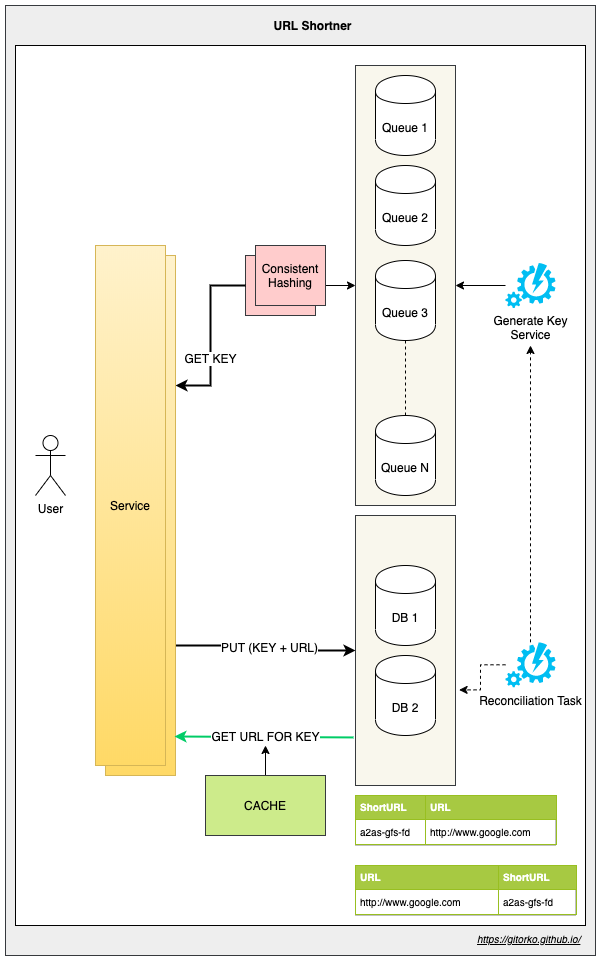
The draw.io diagram post/grokking-the-system-design-interview/url-shortner.png in gitorko/gitorko.github.io, before a commit. Source tidied: cells renumbered, new cells last; positions are measured from the earlier drawing's top-left corner, leaving out a move shared by most shapes.
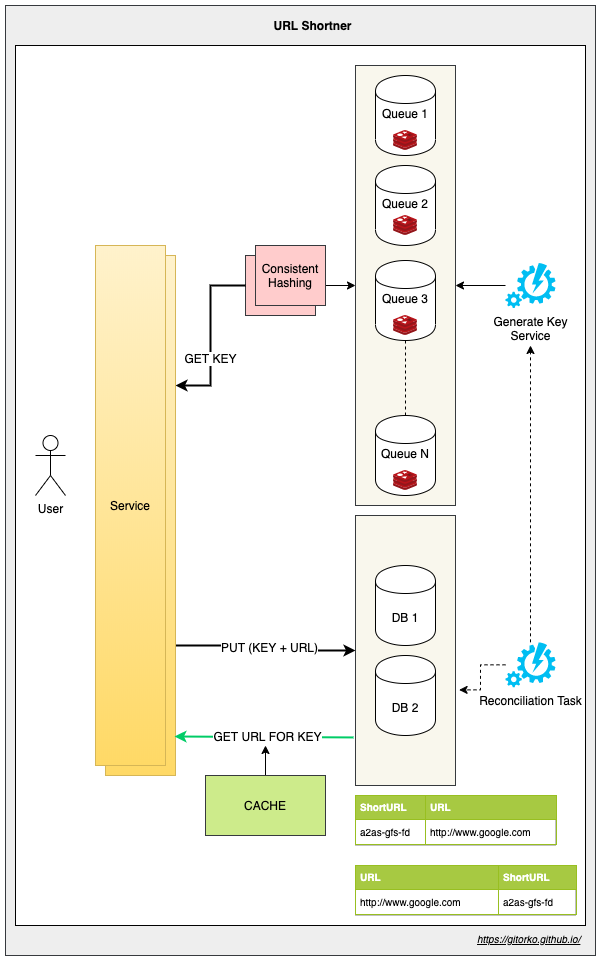
Later version of the same file.

Diff of the diagram source:
```diff
@@ -14,7 +14,7 @@
     <mxCell id="5" style="rounded=0;whiteSpace=wrap;html=1;fillColor=#f9f7ed;strokeColor=#36393d;" parent="1" vertex="1">
       <mxGeometry x="350" y="60" width="100" height="440" as="geometry" />
     </mxCell>
-    <mxCell id="6" value="Queue 1" style="shape=cylinder;whiteSpace=wrap;html=1;boundedLbl=1;backgroundOutline=1;" parent="1" vertex="1">
+    <mxCell id="6" value="Queue 1&lt;br&gt;&lt;br&gt;&lt;br&gt;" style="shape=cylinder;whiteSpace=wrap;html=1;boundedLbl=1;backgroundOutline=1;" parent="1" vertex="1">
       <mxGeometry x="370" y="70" width="60" height="80" as="geometry" />
     </mxCell>
     <mxCell id="7" value="DB 1" style="shape=cylinder;whiteSpace=wrap;html=1;boundedLbl=1;backgroundOutline=1;" parent="1" vertex="1">
@@ -29,10 +29,10 @@
     <mxCell id="10" value="Generate Key&lt;br&gt;Service" style="verticalLabelPosition=bottom;html=1;verticalAlign=top;align=center;strokeColor=none;fillColor=#00BEF2;shape=mxgraph.azure.automation;" parent="1" vertex="1">
       <mxGeometry x="500" y="257.5" width="50" height="45" as="geometry" />
     </mxCell>
-    <mxCell id="11" value="Queue 2" style="shape=cylinder;whiteSpace=wrap;html=1;boundedLbl=1;backgroundOutline=1;" parent="1" vertex="1">
+    <mxCell id="11" value="Queue 2&lt;br&gt;&lt;br&gt;&lt;br&gt;" style="shape=cylinder;whiteSpace=wrap;html=1;boundedLbl=1;backgroundOutline=1;" parent="1" vertex="1">
       <mxGeometry x="370" y="160" width="60" height="80" as="geometry" />
     </mxCell>
-    <mxCell id="12" value="Queue 3" style="shape=cylinder;whiteSpace=wrap;html=1;boundedLbl=1;backgroundOutline=1;" parent="1" vertex="1">
+    <mxCell id="12" value="Queue 3&lt;br&gt;&lt;br&gt;&lt;br&gt;" style="shape=cylinder;whiteSpace=wrap;html=1;boundedLbl=1;backgroundOutline=1;" parent="1" vertex="1">
       <mxGeometry x="370" y="255" width="60" height="80" as="geometry" />
     </mxCell>
     <mxCell id="13" style="edgeStyle=orthogonalEdgeStyle;rounded=0;jettySize=auto;html=1;entryX=0;entryY=0.5;entryDx=0;entryDy=0;" parent="1" edge="1" source="14" target="5">
@@ -41,7 +41,7 @@
     <mxCell id="14" style="rounded=0;whiteSpace=wrap;html=1;fillColor=#ffcccc;strokeColor=#36393d;" parent="1" vertex="1">
       <mxGeometry x="240" y="250" width="70" height="60" as="geometry" />
     </mxCell>
-    <mxCell id="15" value="Queue N" style="shape=cylinder;whiteSpace=wrap;html=1;boundedLbl=1;backgroundOutline=1;" parent="1" vertex="1">
+    <mxCell id="15" value="Queue N&lt;br&gt;&lt;br&gt;&lt;br&gt;" style="shape=cylinder;whiteSpace=wrap;html=1;boundedLbl=1;backgroundOutline=1;" parent="1" vertex="1">
       <mxGeometry x="370" y="410" width="60" height="80" as="geometry" />
     </mxCell>
     <mxCell id="16" style="endArrow=none;dashed=1;html=1;entryX=0.5;entryY=1;entryDx=0;entryDy=0;exitX=0.5;exitY=0;exitDx=0;exitDy=0;" parent="1" edge="1" source="15" target="12">
@@ -110,5 +110,17 @@
     <mxCell id="35" value="CACHE" style="rounded=0;whiteSpace=wrap;html=1;fillColor=#cdeb8b;strokeColor=#36393d;" parent="1" vertex="1">
       <mxGeometry x="200" y="770" width="120" height="60" as="geometry" />
     </mxCell>
+    <mxCell id="36" style="html=1;align=center;image;fontSize=12;image=img/lib/mscae/Cache_Redis_Product.svg;" parent="1" vertex="1">
+      <mxGeometry x="388.1" y="125" width="23.8" height="20" as="geometry" />
+    </mxCell>
+    <mxCell id="37" style="html=1;align=center;image;fontSize=12;image=img/lib/mscae/Cache_Redis_Product.svg;" parent="1" vertex="1">
+      <mxGeometry x="388.1" y="210" width="23.8" height="20" as="geometry" />
+    </mxCell>
+    <mxCell id="38" style="html=1;align=center;image;fontSize=12;image=img/lib/mscae/Cache_Redis_Product.svg;" parent="1" vertex="1">
+      <mxGeometry x="388.1" y="310" width="23.8" height="20" as="geometry" />
+    </mxCell>
+    <mxCell id="39" style="html=1;align=center;image;fontSize=12;image=img/lib/mscae/Cache_Redis_Product.svg;" parent="1" vertex="1">
+      <mxGeometry x="388.1" y="465" width="23.8" height="20" as="geometry" />
+    </mxCell>
   </root>
 </mxGraphModel>
```
